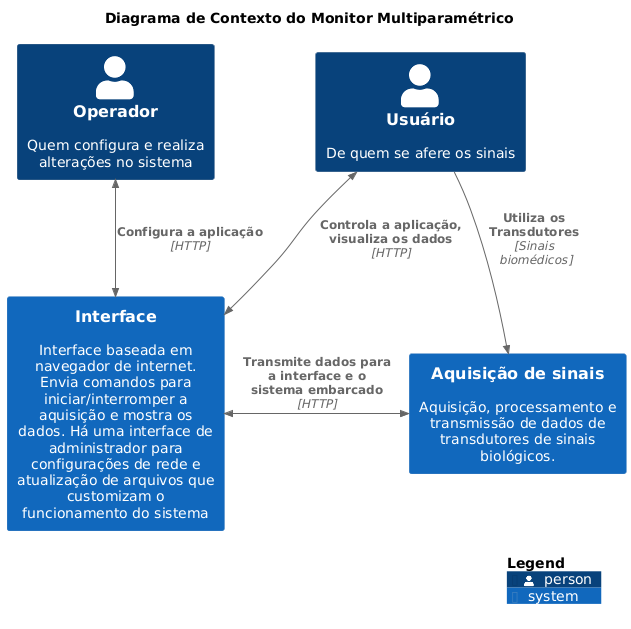
The PlantUML diagram out/doc/c4/10_context/CONTEXT.png in nphara/iot_multiparam_monitor, before a commit. Source of this version:
```plantuml
@startuml
!include https://raw.githubusercontent.com/plantuml-stdlib/C4-PlantUML/master/C4_Context.puml

title Diagrama de Contexto do Monitor Multiparamétrico

Person(user, "Usuário", "De quem se afere os sinais")
Person(admin, "Operador", "Quem configura e realiza alterações no sistema")
System(SignalsAcq, "Aquisição de sinais", "Aquisição, processamento e transmissão de dados de transdutores de sinais biológicos.")
System(Interface, "Interface", "Interface baseada em navegador de internet. Envia comandos para iniciar/interromper a aquisição e mostra os dados. Há uma interface de administrador para configurações de rede e atualização de arquivos que customizam o funcionamento do sistema")
Rel(user, SignalsAcq, "Utiliza os Transdutores", "Sinais \n biomédicos")
BiRel_D(admin, Interface, "Configura a aplicação", "HTTP")
BiRel_D(user, Interface, "Controla a aplicação, visualiza os dados","HTTP")
BiRel_R(Interface, SignalsAcq, "Transmite dados para a interface e o sistema embarcado", "HTTP")

SHOW_LEGEND()
@enduml
```
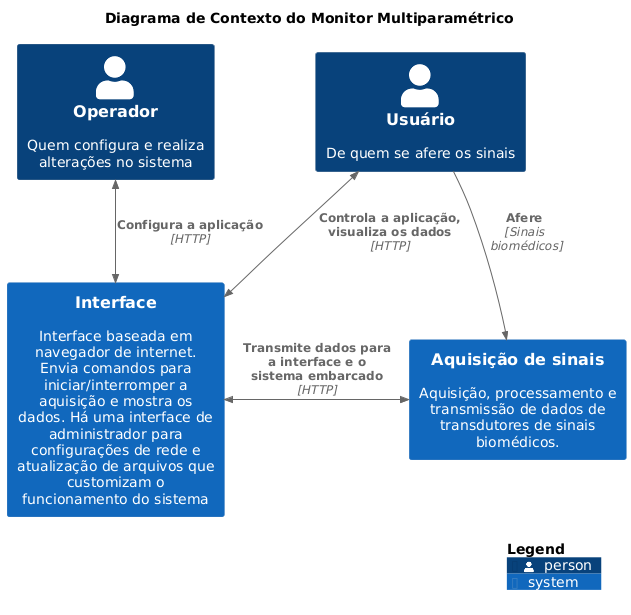
After the change.

Diff of the diagram source:
```diff
@@ -5,9 +5,9 @@
 
 Person(user, "Usuário", "De quem se afere os sinais")
 Person(admin, "Operador", "Quem configura e realiza alterações no sistema")
-System(SignalsAcq, "Aquisição de sinais", "Aquisição, processamento e transmissão de dados de transdutores de sinais biológicos.")
+System(SignalsAcq, "Aquisição de sinais", "Aquisição, processamento e transmissão de dados de transdutores de sinais biomédicos.")
 System(Interface, "Interface", "Interface baseada em navegador de internet. Envia comandos para iniciar/interromper a aquisição e mostra os dados. Há uma interface de administrador para configurações de rede e atualização de arquivos que customizam o funcionamento do sistema")
-Rel(user, SignalsAcq, "Utiliza os Transdutores", "Sinais \n biomédicos")
+Rel(user, SignalsAcq, "Afere", "Sinais \n biomédicos")
 BiRel_D(admin, Interface, "Configura a aplicação", "HTTP")
 BiRel_D(user, Interface, "Controla a aplicação, visualiza os dados","HTTP")
 BiRel_R(Interface, SignalsAcq, "Transmite dados para a interface e o sistema embarcado", "HTTP")
```
